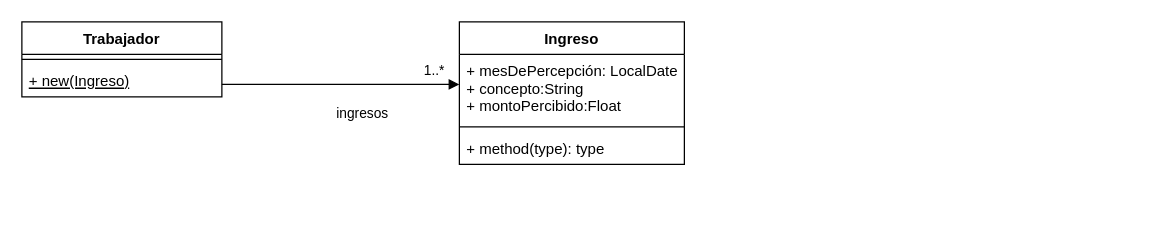
Above: unq-po2-tp04-ejercicio3.drawio in nhubczyk/Diagramas-UML (draw.io), before the change. Source tidied: cells renumbered, new cells numbered last; positions are measured from the earlier drawing's top-left corner, leaving out a move shared by most shapes. Both pictures are drawn from the tidied source at 125%, with x=0, y=0 at pixel (21, 21).
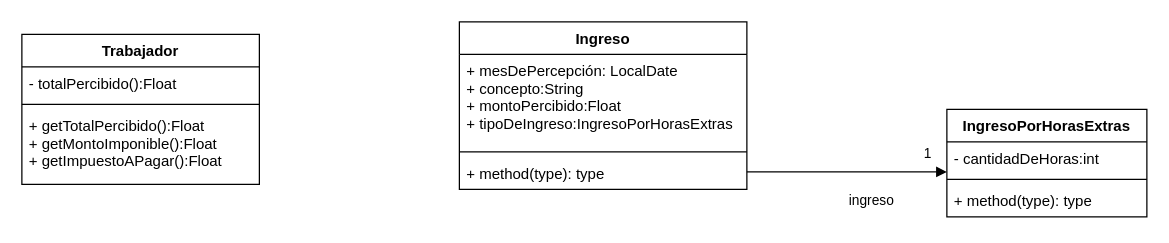
The same page after the edit.

The edit, as a diff of the source:
```diff
@@
 <mxGraphModel>
   <root>
     <mxCell id="0" />
     <mxCell id="1" parent="0" />
-    <mxCell id="2" value="Trabajador" style="swimlane;fontStyle=1;align=center;verticalAlign=top;horizontal=1;startSize=26;" parent="1" vertex="1">
-      <mxGeometry width="160" height="60" as="geometry" />
-    </mxCell>
-    <mxCell id="3" style="line;strokeWidth=1;fillColor=none;align=left;verticalAlign=middle;spacingTop=-1;spacingLeft=3;spacingRight=3;labelPosition=right;strokeColor=inherit;" parent="2" vertex="1">
-      <mxGeometry y="26" width="160" height="8" as="geometry" />
-    </mxCell>
-    <mxCell id="4" value="+ new(Ingreso)" style="text;strokeColor=none;fillColor=none;align=left;verticalAlign=top;spacingLeft=4;spacingRight=4;overflow=hidden;fontStyle=4;" parent="2" vertex="1">
-      <mxGeometry y="34" width="160" height="26" as="geometry" />
-    </mxCell>
     <mxCell id="5" value="Ingreso" style="swimlane;fontStyle=1;align=center;verticalAlign=top;horizontal=1;startSize=26;" parent="1" vertex="1">
-      <mxGeometry x="350" width="180" height="114" as="geometry" />
+      <mxGeometry x="350" width="230" height="134" as="geometry" />
     </mxCell>
-    <mxCell id="6" value="+ mesDePercepción: LocalDate&#10;+ concepto:String&#10;+ montoPercibido:Float" style="text;strokeColor=none;fillColor=none;align=left;verticalAlign=top;spacingLeft=4;spacingRight=4;overflow=hidden;" parent="5" vertex="1">
-      <mxGeometry y="26" width="180" height="54" as="geometry" />
+    <mxCell id="6" value="+ mesDePercepción: LocalDate&#10;+ concepto:String&#10;+ montoPercibido:Float&#10;+ tipoDeIngreso:IngresoPorHorasExtras" style="text;strokeColor=none;fillColor=none;align=left;verticalAlign=top;spacingLeft=4;spacingRight=4;overflow=hidden;" parent="5" vertex="1">
+      <mxGeometry y="26" width="230" height="74" as="geometry" />
     </mxCell>
     <mxCell id="7" style="line;strokeWidth=1;fillColor=none;align=left;verticalAlign=middle;spacingTop=-1;spacingLeft=3;spacingRight=3;labelPosition=right;strokeColor=inherit;" parent="5" vertex="1">
-      <mxGeometry y="80" width="180" height="8" as="geometry" />
+      <mxGeometry y="100" width="230" height="8" as="geometry" />
     </mxCell>
     <mxCell id="8" value="+ method(type): type" style="text;strokeColor=none;fillColor=none;align=left;verticalAlign=top;spacingLeft=4;spacingRight=4;overflow=hidden;" parent="5" vertex="1">
-      <mxGeometry y="88" width="180" height="26" as="geometry" />
+      <mxGeometry y="108" width="230" height="26" as="geometry" />
     </mxCell>
-    <mxCell id="9" value="ingresos&lt;br&gt;" style="endArrow=block;endFill=1;html=1;edgeStyle=orthogonalEdgeStyle;align=left;verticalAlign=top;rounded=0;" parent="1" edge="1">
-      <mxGeometry x="0.09" y="-10" relative="1" as="geometry">
-        <mxPoint x="190" y="50" as="sourcePoint" />
-        <mxPoint x="350" y="50" as="targetPoint" />
-        <Array as="points">
-          <mxPoint x="160" y="50" />
-          <mxPoint x="160" y="50" />
-        </Array>
-      </mxGeometry>
-    </mxCell>
-    <mxCell id="10" value="1..*" style="edgeLabel;html=1;align=left;verticalAlign=bottom;" parent="9" vertex="1">
-      <mxGeometry x="-1" relative="1" as="geometry">
-        <mxPoint x="130" y="-3" as="offset" />
-      </mxGeometry>
-    </mxCell>
+    <mxCell id="11" value="IngresoPorHorasExtras" style="swimlane;fontStyle=1;align=center;verticalAlign=top;horizontal=1;startSize=26;" parent="1" vertex="1">
+      <mxGeometry x="740" y="70" width="160" height="86" as="geometry" />
+    </mxCell>
+    <mxCell id="12" value="- cantidadDeHoras:int" style="text;strokeColor=none;fillColor=none;align=left;verticalAlign=top;spacingLeft=4;spacingRight=4;overflow=hidden;" parent="11" vertex="1">
+      <mxGeometry y="26" width="160" height="26" as="geometry" />
+    </mxCell>
+    <mxCell id="13" style="line;strokeWidth=1;fillColor=none;align=left;verticalAlign=middle;spacingTop=-1;spacingLeft=3;spacingRight=3;labelPosition=right;strokeColor=inherit;" parent="11" vertex="1">
+      <mxGeometry y="52" width="160" height="8" as="geometry" />
+    </mxCell>
+    <mxCell id="14" value="+ method(type): type" style="text;strokeColor=none;fillColor=none;align=left;verticalAlign=top;spacingLeft=4;spacingRight=4;overflow=hidden;" parent="11" vertex="1">
+      <mxGeometry y="60" width="160" height="26" as="geometry" />
+    </mxCell>
+    <mxCell id="15" value="ingreso" style="endArrow=block;endFill=1;html=1;edgeStyle=orthogonalEdgeStyle;align=left;verticalAlign=top;rounded=0;" parent="1" edge="1">
+      <mxGeometry y="-10" relative="1" as="geometry">
+        <mxPoint x="580" y="120" as="sourcePoint" />
+        <mxPoint x="740" y="120" as="targetPoint" />
+      </mxGeometry>
+    </mxCell>
+    <mxCell id="16" value="1" style="edgeLabel;html=1;align=left;verticalAlign=bottom;" parent="15" vertex="1">
+      <mxGeometry x="-1" relative="1" as="geometry">
+        <mxPoint x="140" y="-7" as="offset" />
+      </mxGeometry>
+    </mxCell>
+    <mxCell id="2" value="Trabajador&#10;" style="swimlane;fontStyle=1;align=center;verticalAlign=top;horizontal=1;startSize=26;" parent="1" vertex="1">
+      <mxGeometry y="10" width="190" height="120" as="geometry" />
+    </mxCell>
+    <mxCell id="17" value="- totalPercibido():Float&#10;" style="text;strokeColor=none;fillColor=none;align=left;verticalAlign=top;spacingLeft=4;spacingRight=4;overflow=hidden;" parent="2" vertex="1">
+      <mxGeometry y="26" width="190" height="26" as="geometry" />
+    </mxCell>
+    <mxCell id="18" style="line;strokeWidth=1;fillColor=none;align=left;verticalAlign=middle;spacingTop=-1;spacingLeft=3;spacingRight=3;labelPosition=right;strokeColor=inherit;" parent="2" vertex="1">
+      <mxGeometry y="52" width="190" height="8" as="geometry" />
+    </mxCell>
+    <mxCell id="19" value="+ getTotalPercibido():Float&#10;+ getMontoImponible():Float&#10;+ getImpuestoAPagar():Float" style="text;strokeColor=none;fillColor=none;align=left;verticalAlign=top;spacingLeft=4;spacingRight=4;overflow=hidden;" parent="2" vertex="1">
+      <mxGeometry y="60" width="190" height="60" as="geometry" />
+    </mxCell>
   </root>
 </mxGraphModel>
```
